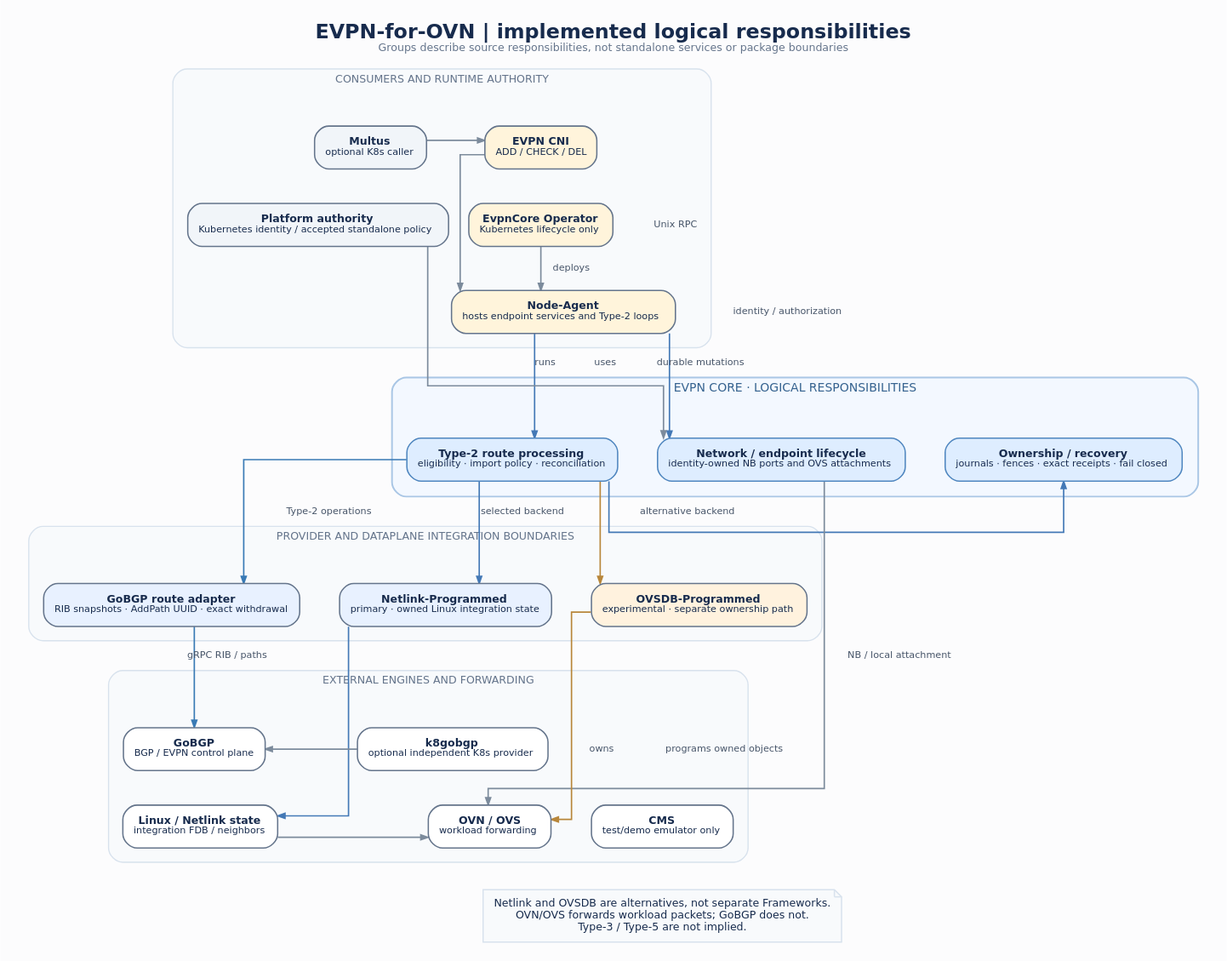
This is docs/uml/evpn-modular-architecture.svg from romanspb80/evpn-for-ovn, a PlantUML export, as it was before one commit. Its source is kept beside it as docs/uml/evpn-modular-architecture.puml. The source it was exported from:
```plantuml
@startdot
digraph Modules {
  graph [rankdir=TB, bgcolor="#FCFCFD", pad="0.22", nodesep="0.24", ranksep="0.38",
         splines=ortho, compound=true, newrank=true, outputorder=edgesfirst,
         fontname="DejaVu Sans", labelloc=t,
         label=<<FONT POINT-SIZE="17" COLOR="#172B4D"><B>EVPN-for-OVN | implemented logical responsibilities</B></FONT><BR/><FONT POINT-SIZE="9" COLOR="#64748B">Groups describe source responsibilities, not standalone services or package boundaries</FONT>>];
  node [shape=box, style="rounded,filled", fontname="DejaVu Sans", fontsize=9,
        fontcolor="#172B4D", color="#64748B", fillcolor="white", penwidth=1.1,
        margin="0.13,0.10"];
  edge [fontname="DejaVu Sans", fontsize=8, fontcolor="#475569",
        color="#475569", penwidth=1.2, arrowsize=0.6];

  subgraph cluster_context {
    label="CONSUMERS AND RUNTIME AUTHORITY";
    labelloc=t; fontsize=9; fontcolor="#64748B";
    style="rounded,filled"; color="#D8E2ED"; fillcolor="#F8FAFC"; margin=12;
    cni [label=<<B>EVPN CNI</B><BR/><FONT POINT-SIZE="8">ADD / CHECK / DEL</FONT>>, fillcolor="#FFF4DB"];
    multus [label=<<B>Multus</B><BR/><FONT POINT-SIZE="8">optional K8s caller</FONT>>, fillcolor="#F1F5F9"];
    operator [label=<<B>EvpnCore Operator</B><BR/><FONT POINT-SIZE="8">Kubernetes lifecycle only</FONT>>, fillcolor="#FFF4DB"];
    agent [label=<<B>Node-Agent</B><BR/><FONT POINT-SIZE="8">hosts endpoint services and Type-2 loops</FONT>>, fillcolor="#FFF4DB"];
    authority [label=<<B>Platform authority</B><BR/><FONT POINT-SIZE="8">Kubernetes identity / accepted standalone policy</FONT>>, fillcolor="#F1F5F9"];
    multus -> cni [color="#7C8B9C", label="invokes"];
    cni -> agent [color="#7C8B9C", label="Unix RPC"];
    operator -> agent [color="#7C8B9C", label="deploys"];
    {rank=same; multus; cni;}
    {rank=same; operator; authority;}
    cni -> operator [style=invis, weight=15];
  }

  subgraph cluster_core {
    label="EVPN CORE · LOGICAL RESPONSIBILITIES";
    labelloc=t; fontsize=10; fontcolor="#35628F";
    style="rounded,filled"; color="#A9C6E5"; fillcolor="#F3F8FF"; penwidth=1.4; margin=13;
    routes [label=<<B>Type-2 route processing</B><BR/><FONT POINT-SIZE="8">eligibility · import policy · reconciliation</FONT>>, fillcolor="#DEEDFF", color="#4F86BF"];
    endpoints [label=<<B>Network / endpoint lifecycle</B><BR/><FONT POINT-SIZE="8">identity-owned NB ports and OVS attachments</FONT>>, fillcolor="#DEEDFF", color="#4F86BF"];
    recovery [label=<<B>Ownership / recovery</B><BR/><FONT POINT-SIZE="8">journals · fences · exact receipts · fail closed</FONT>>, fillcolor="#DEEDFF", color="#4F86BF"];
    {rank=same; routes; endpoints; recovery;}
    routes -> endpoints -> recovery [style=invis, weight=15];
  }

  subgraph cluster_adapters {
    label="PROVIDER AND DATAPLANE INTEGRATION BOUNDARIES";
    labelloc=t; fontsize=9; fontcolor="#64748B";
    style="rounded,filled"; color="#D8E2ED"; fillcolor="#F8FAFC"; margin=12;
    bgp_adapter [label=<<B>GoBGP route adapter</B><BR/><FONT POINT-SIZE="8">RIB snapshots · AddPath UUID · exact withdrawal</FONT>>, fillcolor="#E8F1FF"];
    netlink [label=<<B>Netlink-Programmed</B><BR/><FONT POINT-SIZE="8">primary · owned Linux integration state</FONT>>, fillcolor="#E8F1FF"];
    ovsdb [label=<<B>OVSDB-Programmed</B><BR/><FONT POINT-SIZE="8">experimental · separate ownership path</FONT>>, fillcolor="#FFF2DE"];
    {rank=same; bgp_adapter; netlink; ovsdb;}
    bgp_adapter -> netlink -> ovsdb [style=invis, weight=15];
  }

  subgraph cluster_runtime {
    label="EXTERNAL ENGINES AND FORWARDING";
    labelloc=t; fontsize=9; fontcolor="#64748B";
    style="rounded,filled"; color="#D8E2ED"; fillcolor="#F8FAFC"; margin=12;
    gobgp [label=<<B>GoBGP</B><BR/><FONT POINT-SIZE="8">BGP / EVPN control plane</FONT>>];
    provider [label=<<B>k8gobgp</B><BR/><FONT POINT-SIZE="8">optional independent K8s provider</FONT>>];
    linux [label=<<B>Linux / Netlink state</B><BR/><FONT POINT-SIZE="8">integration FDB / neighbors</FONT>>];
    ovn [label=<<B>OVN / OVS</B><BR/><FONT POINT-SIZE="8">workload forwarding</FONT>>];
    cms [label=<<B>CMS</B><BR/><FONT POINT-SIZE="8">test/demo emulator only</FONT>>];
    {rank=same; gobgp; provider;}
    {rank=same; linux; ovn; cms;}
    gobgp -> provider [style=invis, weight=15];
    provider -> linux [style=invis, weight=20];
    linux -> ovn -> cms [style=invis, weight=15];
  }

  agent -> routes [color="#4479B6", label="runs"];
  agent -> endpoints [color="#4479B6", label="uses"];
  authority -> endpoints [color="#7C8B9C", label="identity / authorization", constraint=false];
  routes -> recovery [color="#4479B6", label="durable mutations"];
  routes -> bgp_adapter [color="#397AB5", label="Type-2 operations"];
  routes -> netlink [color="#4479B6", label="selected backend"];
  routes -> ovsdb [color="#B8873B", label="alternative backend"];
  endpoints -> ovn [color="#7C8B9C", label="NB / local attachment"];
  bgp_adapter -> gobgp [color="#397AB5", label="gRPC RIB / paths"];
  provider -> gobgp [color="#7C8B9C", label="speaker config", constraint=false];
  netlink -> linux [color="#4479B6", label="owns"];
  linux -> ovn [color="#7C8B9C", label="observed by ovn-controller", constraint=false];
  ovsdb -> ovn [color="#B8873B", label="programs owned objects"];

  note [shape=note, style="filled", color="#D8E2ED", fillcolor="#F8FAFC",
        label="Netlink and OVSDB are alternatives, not separate Frameworks.\nOVN/OVS forwards workload packets; GoBGP does not.\nType-3 / Type-5 are not implied."];
  cms -> note [style=invis];
}
@enddot
```
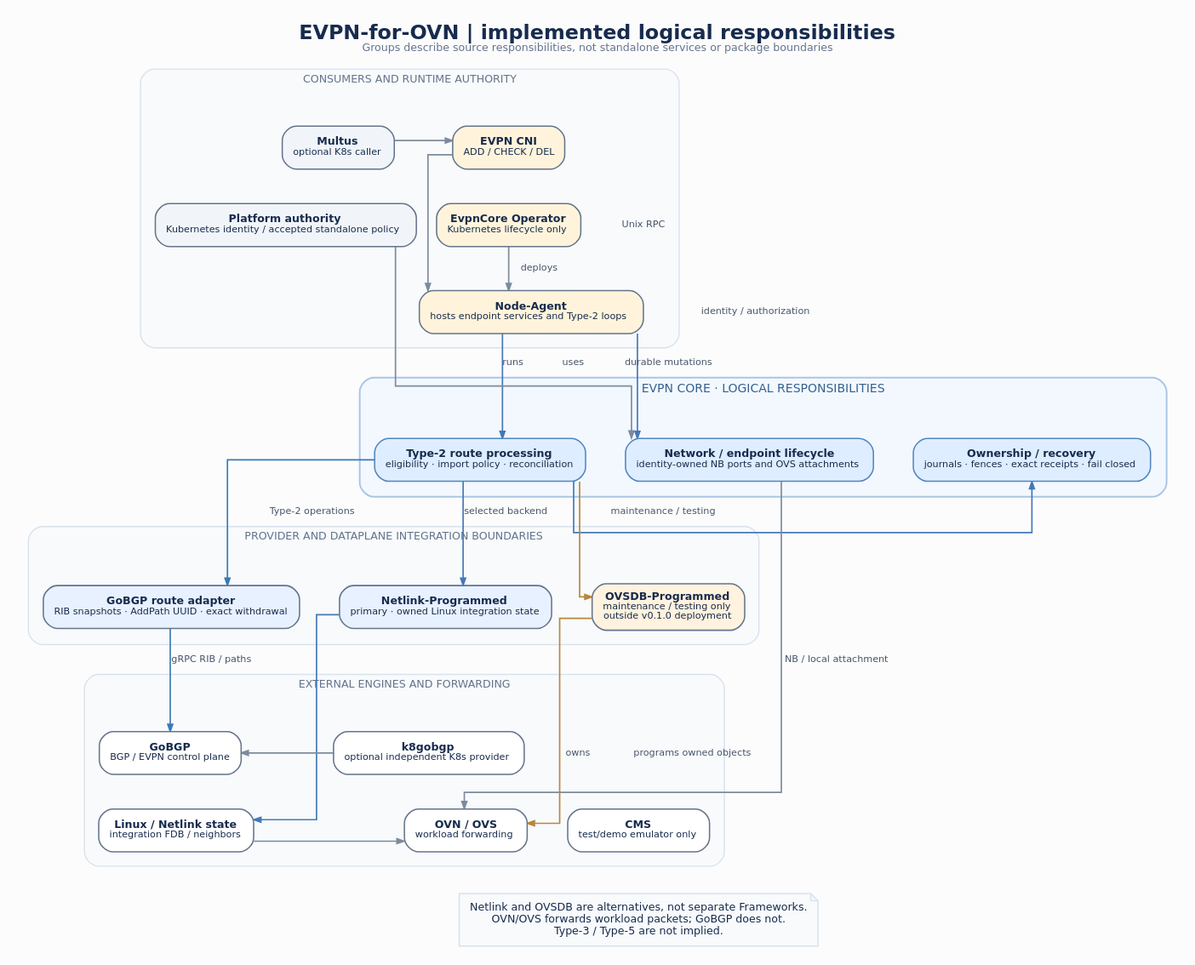
Above is the later version.

Change to the diagram source:
```diff
@@ -44,7 +44,7 @@
     style="rounded,filled"; color="#D8E2ED"; fillcolor="#F8FAFC"; margin=12;
     bgp_adapter [label=<<B>GoBGP route adapter</B><BR/><FONT POINT-SIZE="8">RIB snapshots · AddPath UUID · exact withdrawal</FONT>>, fillcolor="#E8F1FF"];
     netlink [label=<<B>Netlink-Programmed</B><BR/><FONT POINT-SIZE="8">primary · owned Linux integration state</FONT>>, fillcolor="#E8F1FF"];
-    ovsdb [label=<<B>OVSDB-Programmed</B><BR/><FONT POINT-SIZE="8">experimental · separate ownership path</FONT>>, fillcolor="#FFF2DE"];
+    ovsdb [label=<<B>OVSDB-Programmed</B><BR/><FONT POINT-SIZE="8">maintenance / testing only</FONT><BR/><FONT POINT-SIZE="8">outside v0.1.0 deployment</FONT>>, fillcolor="#FFF2DE"];
     {rank=same; bgp_adapter; netlink; ovsdb;}
     bgp_adapter -> netlink -> ovsdb [style=invis, weight=15];
   }
@@ -71,7 +71,7 @@
   routes -> recovery [color="#4479B6", label="durable mutations"];
   routes -> bgp_adapter [color="#397AB5", label="Type-2 operations"];
   routes -> netlink [color="#4479B6", label="selected backend"];
-  routes -> ovsdb [color="#B8873B", label="alternative backend"];
+  routes -> ovsdb [color="#B8873B", label="maintenance / testing"];
   endpoints -> ovn [color="#7C8B9C", label="NB / local attachment"];
   bgp_adapter -> gobgp [color="#397AB5", label="gRPC RIB / paths"];
   provider -> gobgp [color="#7C8B9C", label="speaker config", constraint=false];
```
